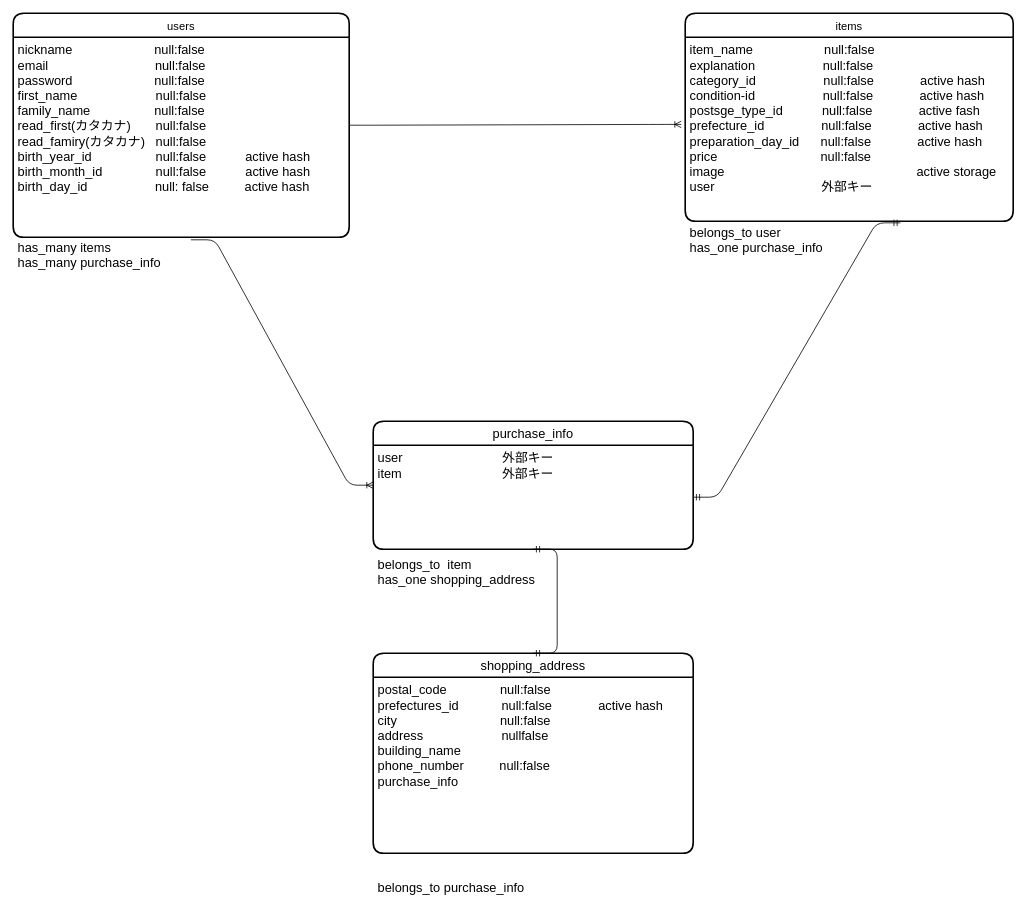
Above: furima.dio in udagawa-hr4/furima-33549 (draw.io), before the change. Source tidied: cells renumbered, new cells numbered last; positions are measured from the earlier drawing's top-left corner, leaving out a move shared by most shapes. Both pictures are drawn from the tidied source at 80%, with x=0, y=0 at pixel (13, 13).
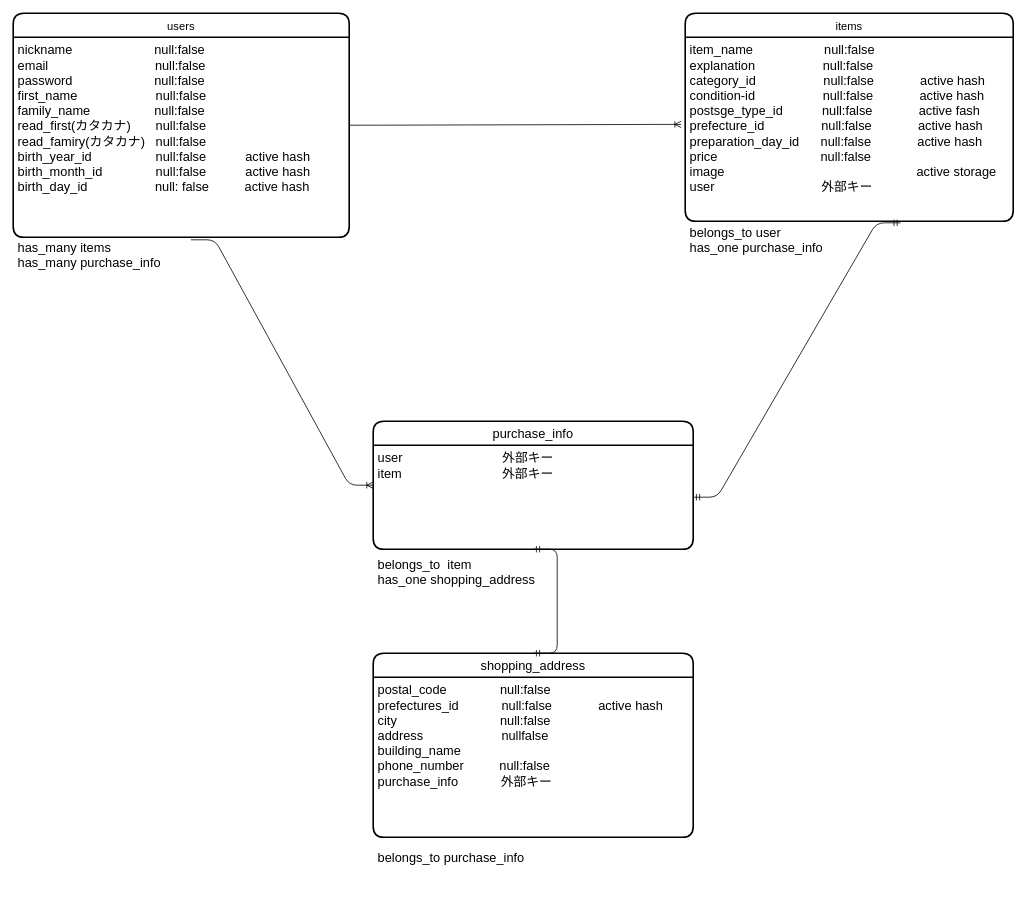
After the change.

Change to the diagram source:
```diff
@@
 <mxGraphModel>
   <root>
     <mxCell id="0" />
     <mxCell id="1" parent="0" />
     <mxCell id="2" value="users" style="swimlane;horizontal=1;startSize=30;rounded=1;fontSize=14;fontStyle=0;strokeWidth=2;shadow=0;dashed=0;align=center;dashPattern=1 2;labelBackgroundColor=none;" parent="1" vertex="1">
       <mxGeometry width="420" height="280" as="geometry" />
     </mxCell>
     <mxCell id="3" value="nickname                       null:false&#10;email                              null:false&#10;password                       null:false&#10;first_name                      null:false&#10;family_name                  null:false&#10;read_first(カタカナ)       null:false&#10;read_famiry(カタカナ)   null:false&#10;birth_year_id                  null:false           active hash         &#10;birth_month_id               null:false           active hash&#10;birth_day_id                   null: false          active hash &#10;&#10;　&#10;&#10;has_many items&#10;has_many purchase_info　　&#10;&#10;" style="align=left;strokeColor=none;fillColor=none;spacingLeft=4;fontSize=16;verticalAlign=top;" parent="2" vertex="1">
       <mxGeometry y="30" width="420" height="250" as="geometry" />
     </mxCell>
     <mxCell id="4" value="items" style="swimlane;horizontal=1;startSize=30;rounded=1;fontSize=14;fontStyle=0;strokeWidth=2;shadow=0;dashed=0;align=center;dashPattern=1 2;labelBackgroundColor=none;" parent="1" vertex="1">
       <mxGeometry x="840" width="410" height="260" as="geometry" />
     </mxCell>
     <mxCell id="5" value="item_name                    null:false&#10;explanation                   null:false&#10;category_id                   null:false             active hash&#10;condition-id                   null:false             active hash&#10;postsge_type_id           null:false             active fash&#10;prefecture_id                null:false             active hash&#10;preparation_day_id      null:false             active hash&#10;price                             null:false&#10;image                                                      active storage&#10;user                              外部キー                        &#10;&#10;&#10;belongs_to user&#10;has_one purchase_info&#10;&#10;" style="align=left;strokeColor=none;fillColor=none;spacingLeft=4;fontSize=16;verticalAlign=top;" parent="4" vertex="1">
       <mxGeometry y="30" width="410" height="230" as="geometry" />
     </mxCell>
     <mxCell id="6" style="edgeStyle=entityRelationEdgeStyle;fontSize=12;html=1;endArrow=ERoneToMany;entryX=-0.012;entryY=0.474;entryDx=0;entryDy=0;entryPerimeter=0;" parent="1" edge="1" target="5">
       <mxGeometry relative="1" as="geometry">
         <mxPoint x="420" y="140" as="sourcePoint" />
       </mxGeometry>
     </mxCell>
     <mxCell id="7" value="purchase_info" style="swimlane;horizontal=1;startSize=30;rounded=1;fontSize=16;fontStyle=0;strokeWidth=2;shadow=0;dashed=0;align=center;dashPattern=1 2;labelBackgroundColor=none;" parent="1" vertex="1">
       <mxGeometry x="450" y="510" width="400" height="160" as="geometry" />
     </mxCell>
     <mxCell id="8" value="user                            外部キー&#10;item　　　　　　　   外部キー&#10;&#10;&#10;&#10;&#10;&#10;belongs_to  item&#10;has_one shopping_address" style="align=left;strokeColor=none;fillColor=none;spacingLeft=4;fontSize=16;verticalAlign=top;" parent="7" vertex="1">
       <mxGeometry y="30" width="400" height="130" as="geometry" />
     </mxCell>
     <mxCell id="9" style="edgeStyle=entityRelationEdgeStyle;fontSize=12;html=1;endArrow=ERmandOne;startArrow=ERmandOne;exitX=1;exitY=0.5;exitDx=0;exitDy=0;entryX=0.656;entryY=1.009;entryDx=0;entryDy=0;entryPerimeter=0;" parent="1" edge="1" source="8" target="5">
       <mxGeometry relative="1" as="geometry" />
     </mxCell>
     <mxCell id="10" style="edgeStyle=entityRelationEdgeStyle;fontSize=12;html=1;endArrow=ERoneToMany;entryX=0;entryY=0.5;entryDx=0;entryDy=0;exitX=0.529;exitY=1.013;exitDx=0;exitDy=0;exitPerimeter=0;" parent="1" edge="1" source="3" target="7">
       <mxGeometry relative="1" as="geometry" />
     </mxCell>
     <mxCell id="11" value="shopping_address" style="swimlane;horizontal=1;startSize=30;rounded=1;fontSize=16;fontStyle=0;strokeWidth=2;shadow=0;dashed=0;align=center;dashPattern=1 2;labelBackgroundColor=none;" parent="1" vertex="1">
-      <mxGeometry x="450" y="800" width="400" height="250" as="geometry" />
+      <mxGeometry x="450" y="800" width="400" height="230" as="geometry" />
     </mxCell>
-    <mxCell id="12" value="postal_code               null:false             &#10;prefectures_id            null:false             active hash&#10;city                             null:false&#10;address                      nullfalse&#10;building_name&#10;phone_number          null:false &#10;purchase_info&#10;&#10;&#10;&#10;&#10;&#10;&#10;belongs_to purchase_info&#10;&#10;&#10;                       " style="align=left;strokeColor=none;fillColor=none;spacingLeft=4;fontSize=16;verticalAlign=top;" parent="11" vertex="1">
-      <mxGeometry y="30" width="400" height="220" as="geometry" />
+    <mxCell id="12" value="postal_code               null:false             &#10;prefectures_id            null:false             active hash&#10;city                             null:false&#10;address                      nullfalse&#10;building_name&#10;phone_number          null:false &#10;purchase_info            外部キー&#10;&#10;&#10;&#10;&#10;belongs_to purchase_info&#10;&#10;&#10;                       " style="align=left;strokeColor=none;fillColor=none;spacingLeft=4;fontSize=16;verticalAlign=top;" parent="11" vertex="1">
+      <mxGeometry y="30" width="400" height="200" as="geometry" />
     </mxCell>
     <mxCell id="13" style="edgeStyle=entityRelationEdgeStyle;fontSize=12;html=1;endArrow=ERmandOne;startArrow=ERmandOne;exitX=0.5;exitY=0;exitDx=0;exitDy=0;entryX=0.5;entryY=1;entryDx=0;entryDy=0;" parent="1" edge="1" source="11" target="8">
       <mxGeometry relative="1" as="geometry" />
     </mxCell>
   </root>
 </mxGraphModel>
```
